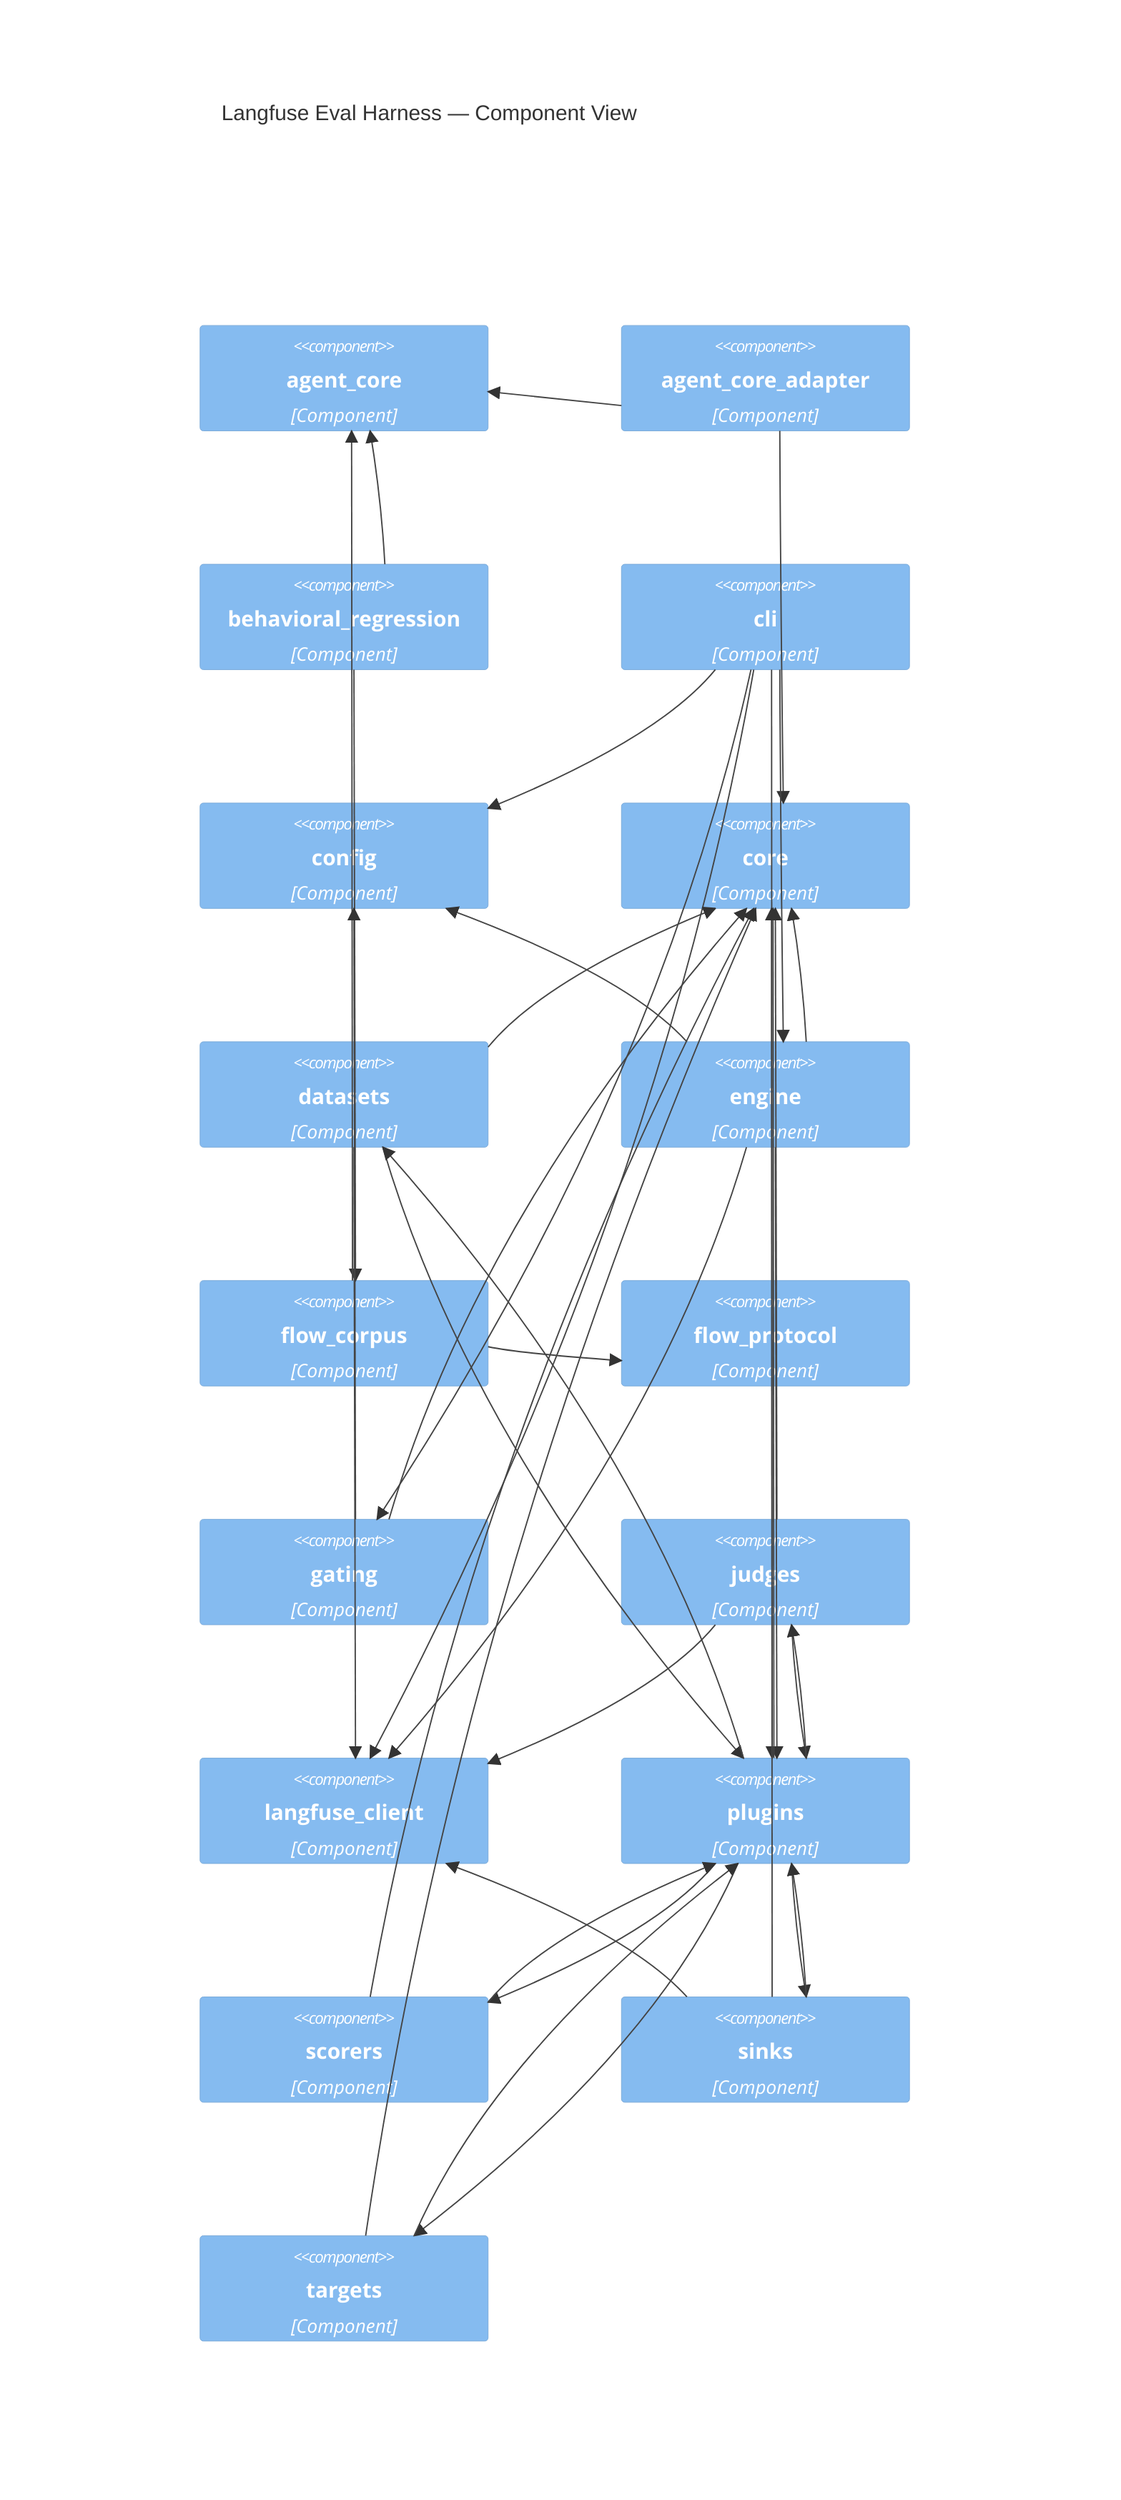
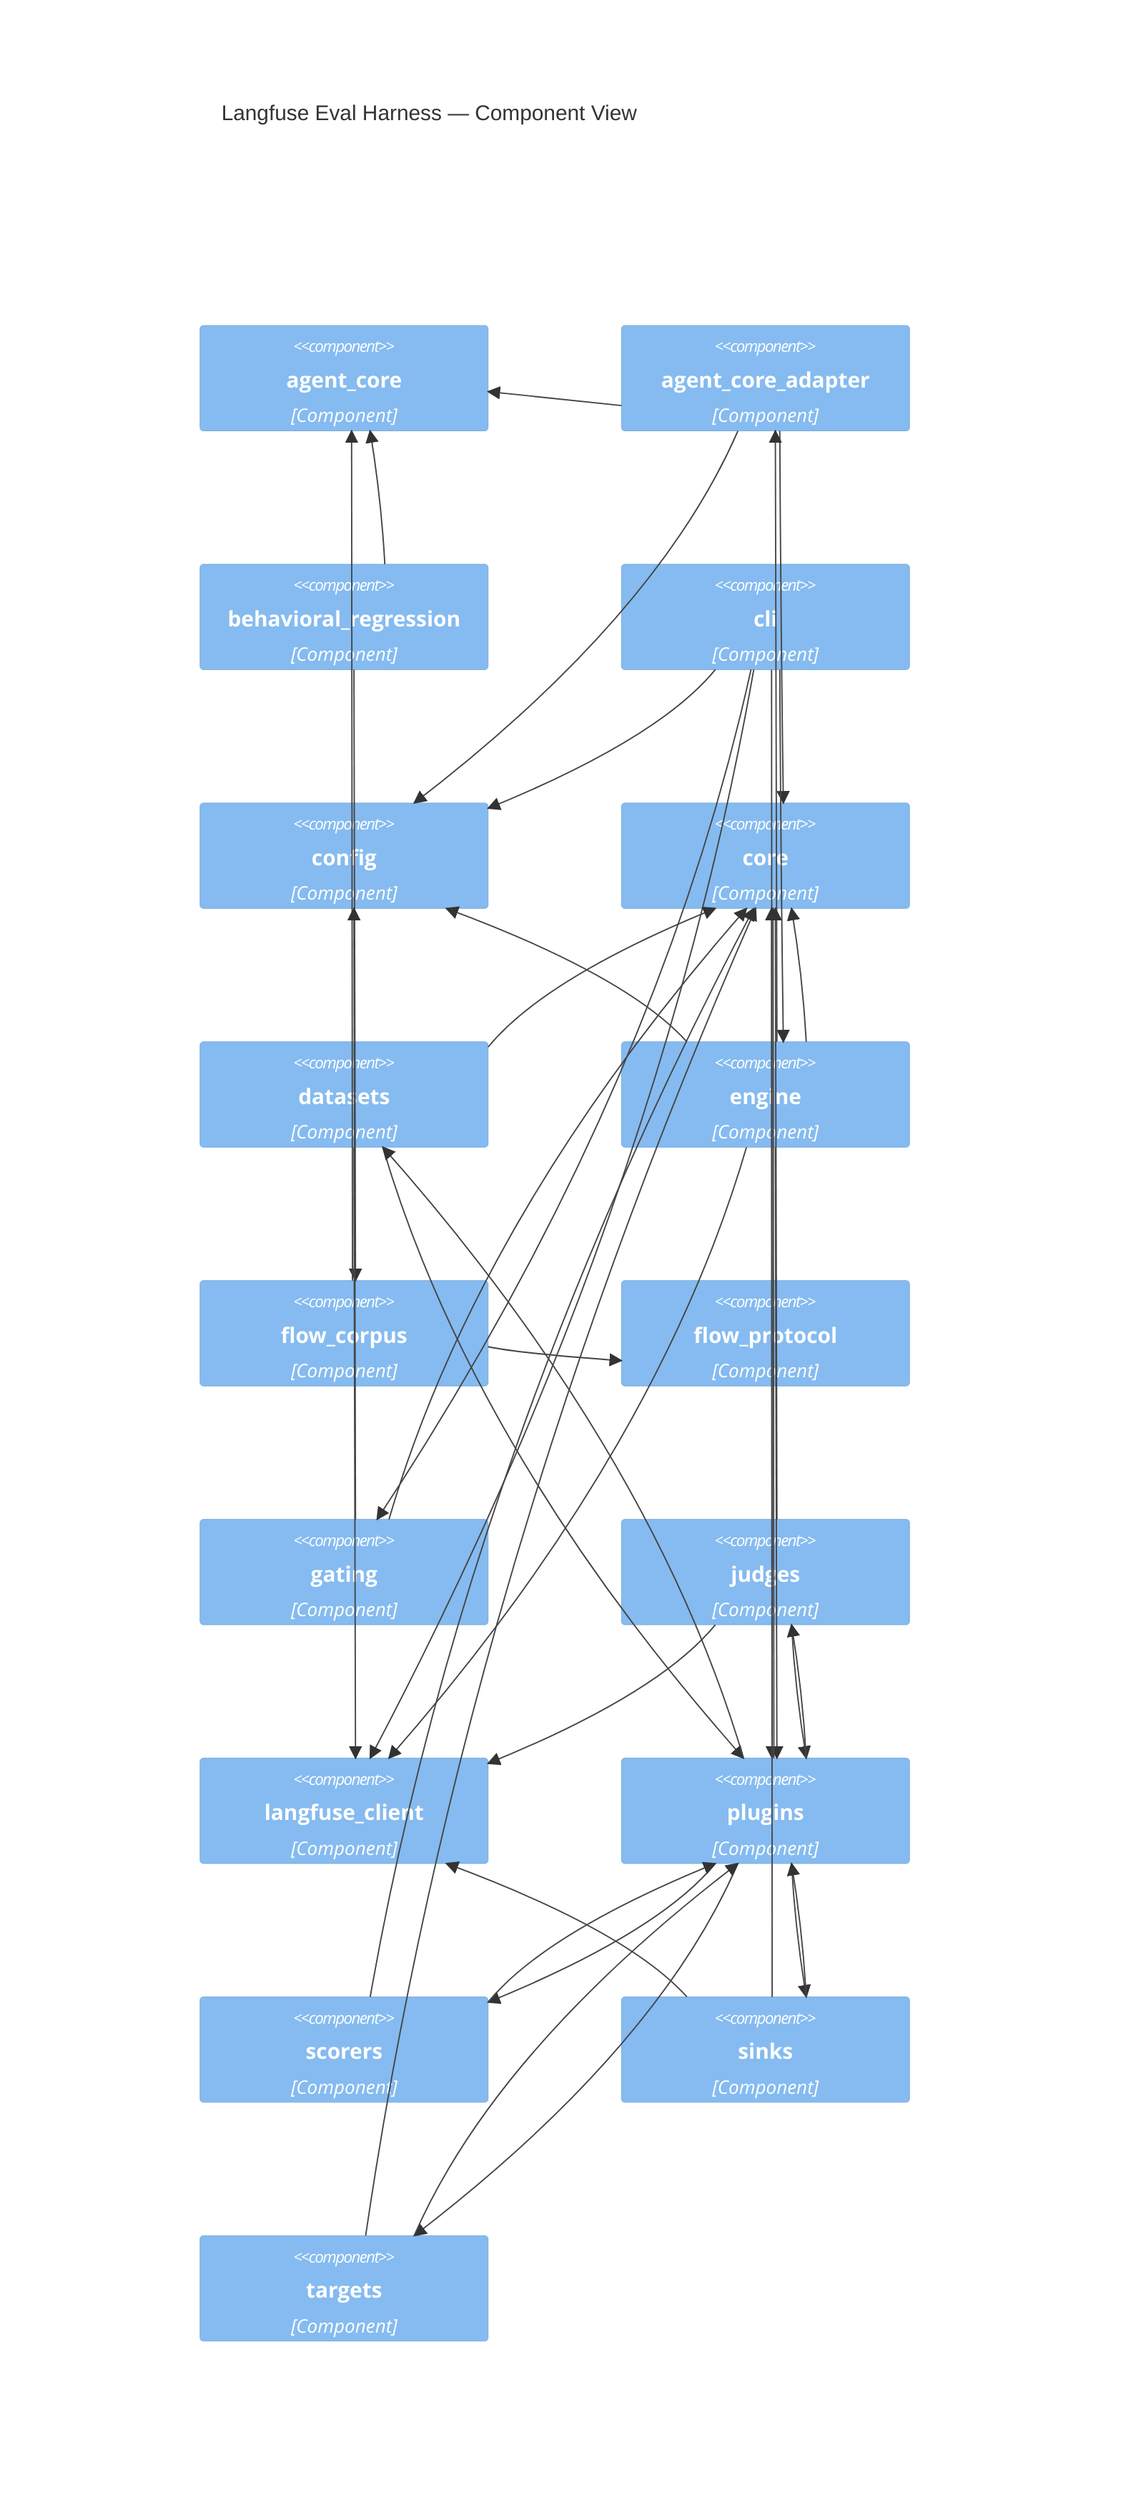
C4Component
    title Langfuse Eval Harness — Component View

    Component(agent_core, "agent_core", "Component")
    Component(agent_core_adapter, "agent_core_adapter", "Component")
    Component(behavioral_regression, "behavioral_regression", "Component")
    Component(cli, "cli", "Component")
    Component(config, "config", "Component")
    Component(core, "core", "Component")
    Component(datasets, "datasets", "Component")
    Component(engine, "engine", "Component")
    Component(flow_corpus, "flow_corpus", "Component")
    Component(flow_protocol, "flow_protocol", "Component")
    Component(gating, "gating", "Component")
    Component(judges, "judges", "Component")
    Component(langfuse_client, "langfuse_client", "Component")
    Component(plugins, "plugins", "Component")
    Component(scorers, "scorers", "Component")
    Component(sinks, "sinks", "Component")
    Component(targets, "targets", "Component")

    Rel(agent_core_adapter, agent_core, "")
+     Rel(agent_core_adapter, config, "")
    Rel(agent_core_adapter, core, "")
    Rel(behavioral_regression, agent_core, "")
    Rel(behavioral_regression, flow_corpus, "")
    Rel(cli, config, "")
    Rel(cli, engine, "")
    Rel(cli, gating, "")
    Rel(cli, langfuse_client, "")
    Rel(cli, plugins, "")
    Rel(datasets, core, "")
    Rel(datasets, langfuse_client, "")
    Rel(datasets, plugins, "")
+     Rel(engine, agent_core_adapter, "")
    Rel(engine, config, "")
    Rel(engine, core, "")
    Rel(engine, langfuse_client, "")
    Rel(engine, plugins, "")
    Rel(flow_corpus, agent_core, "")
    Rel(flow_corpus, flow_protocol, "")
    Rel(gating, config, "")
    Rel(gating, core, "")
    Rel(judges, core, "")
    Rel(judges, langfuse_client, "")
    Rel(judges, plugins, "")
    Rel(plugins, core, "")
    Rel(plugins, datasets, "")
    Rel(plugins, judges, "")
    Rel(plugins, scorers, "")
    Rel(plugins, sinks, "")
    Rel(plugins, targets, "")
    Rel(scorers, core, "")
    Rel(scorers, plugins, "")
    Rel(sinks, core, "")
    Rel(sinks, langfuse_client, "")
    Rel(sinks, plugins, "")
    Rel(targets, core, "")
    Rel(targets, plugins, "")
